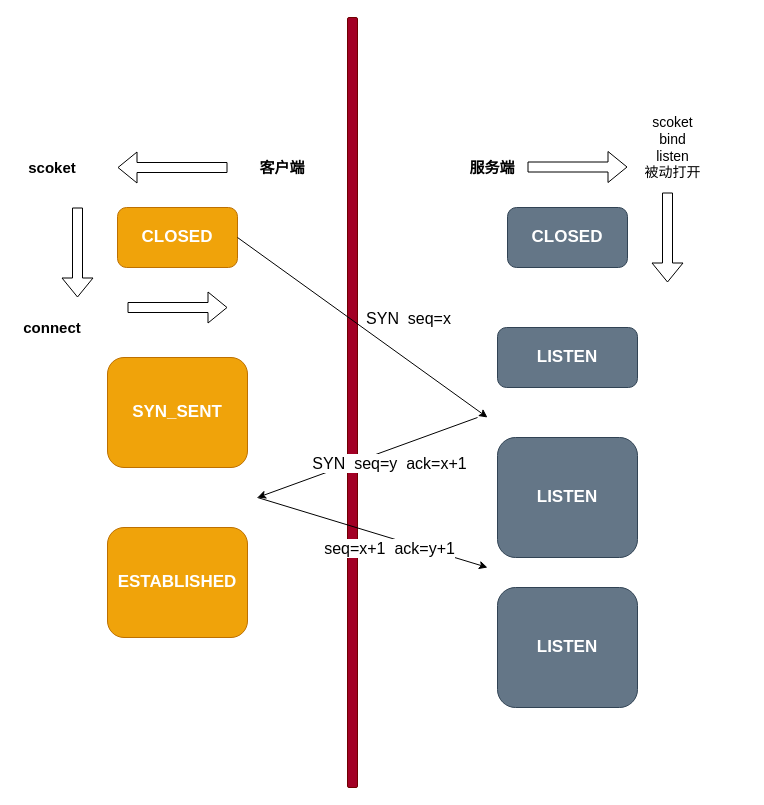
The draw.io diagram tcp.drawio in springzb/diagrams, before the edit. Source tidied: cells renumbered, new cells numbered last; positions are measured from the earlier drawing's top-left corner, leaving out a move shared by most shapes. Both pictures are drawn from the tidied source at 100%, with x=0, y=0 at pixel (17, 17).
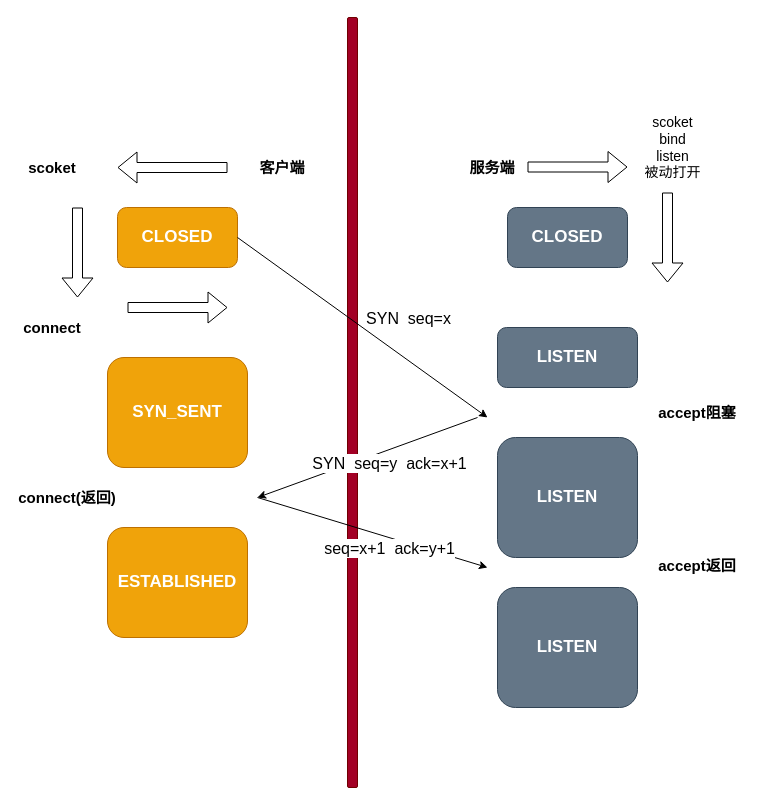
The same diagram, later.

Diff of the diagram source:
```diff
@@
+    <mxCell id="26" value="&lt;font style=&quot;font-size: 15px&quot;&gt;&lt;b&gt;connect(返回)&lt;/b&gt;&lt;/font&gt;" style="text;html=1;strokeColor=none;fillColor=none;align=center;verticalAlign=middle;whiteSpace=wrap;rounded=0;" parent="1" vertex="1">
+      <mxGeometry y="470" width="100" height="20" as="geometry" />
+    </mxCell>
+    <mxCell id="27" value="&lt;font style=&quot;font-size: 15px&quot;&gt;&lt;b&gt;accept阻塞&lt;/b&gt;&lt;/font&gt;" style="text;html=1;strokeColor=none;fillColor=none;align=center;verticalAlign=middle;whiteSpace=wrap;rounded=0;" parent="1" vertex="1">
+      <mxGeometry x="630" y="377.5" width="100" height="35" as="geometry" />
+    </mxCell>
+    <mxCell id="28" value="&lt;font style=&quot;font-size: 15px&quot;&gt;&lt;b&gt;accept返回&lt;/b&gt;&lt;/font&gt;" style="text;html=1;strokeColor=none;fillColor=none;align=center;verticalAlign=middle;whiteSpace=wrap;rounded=0;" parent="1" vertex="1">
+      <mxGeometry x="630" y="530" width="100" height="35" as="geometry" />
+    </mxCell>
```
